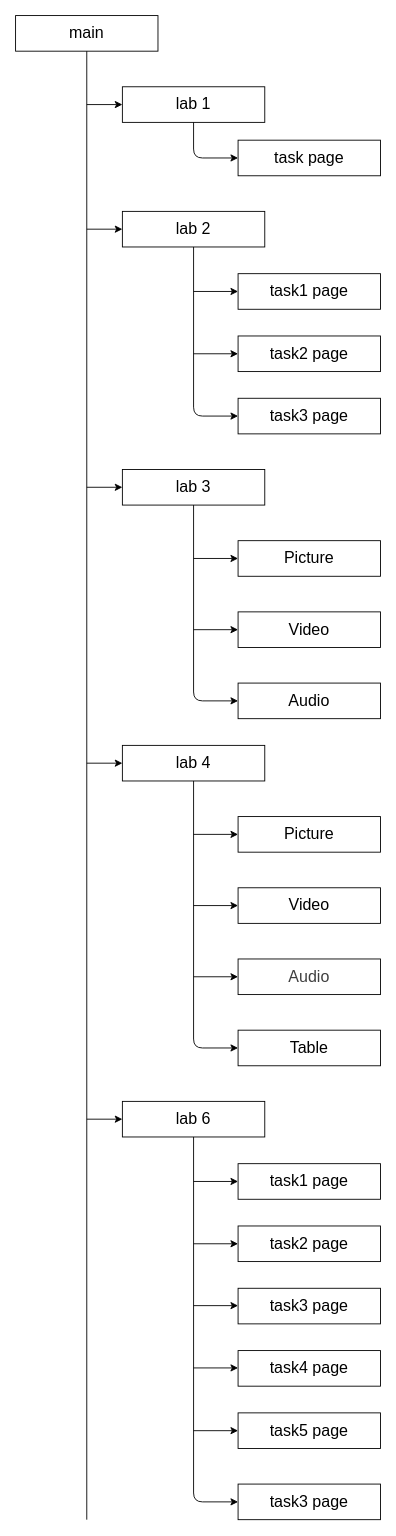
This is page "first-task" (1 of 2) of lab9/schema.drawio from TempnameIRN199/web-onu, a draw.io file, before an edit. Source tidied: cells renumbered, new cells numbered last; positions are measured from the earlier drawing's top-left corner, leaving out a move shared by most shapes. Both pictures are drawn from the tidied source at 89%, with x=0, y=0 at pixel (15, 15).
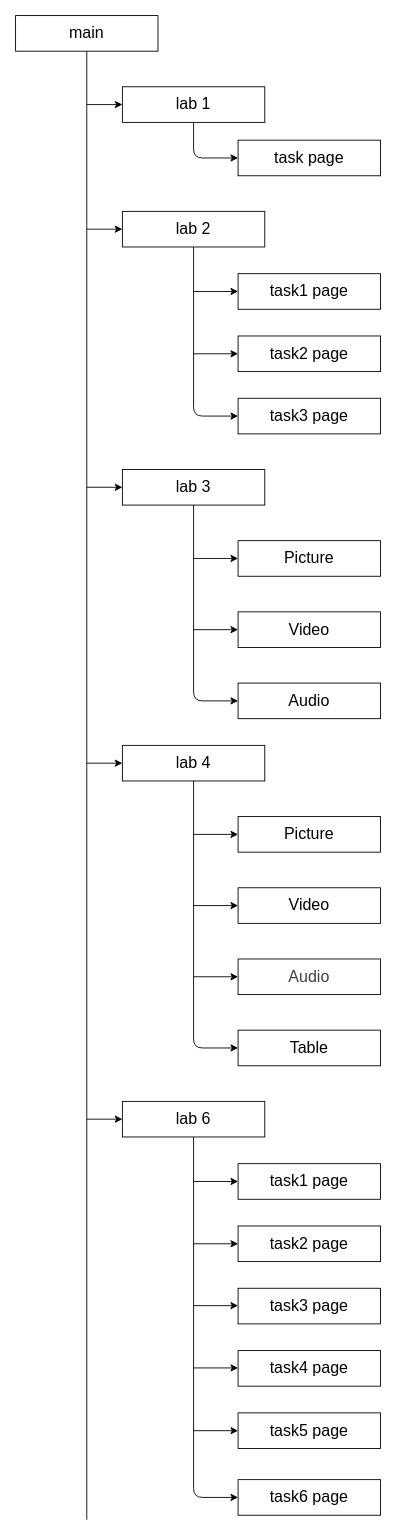
Above is the later version.

The change refers to these unchanged cells:
```xml
<mxCell id="34" value="&lt;font style=&quot;font-size: 18px;&quot;&gt;lab 6&lt;/font&gt;" style="rounded=0;whiteSpace=wrap;html=1;" parent="1" vertex="1">
  <mxGeometry x="120" y="1220" width="160" height="40" as="geometry" />
</mxCell>
```

What changed in the source:
```diff
@@
     <mxCell id="36" style="endArrow=classic;html=1;exitX=0.5;exitY=1;exitDx=0;exitDy=0;entryX=0;entryY=0.5;entryDx=0;entryDy=0;" parent="1" edge="1" source="34" target="40">
       <mxGeometry relative="1" as="geometry">
         <Array as="points">
-          <mxPoint x="200" y="1670" />
+          <mxPoint x="200" y="1665" />
         </Array>
       </mxGeometry>
     </mxCell>
@@
-    <mxCell id="40" value="&lt;font style=&quot;font-size: 18px;&quot;&gt;task3 page&lt;/font&gt;" style="rounded=0;whiteSpace=wrap;html=1;" parent="1" vertex="1">
-      <mxGeometry x="250" y="1650" width="160" height="40" as="geometry" />
+    <mxCell id="40" value="&lt;font style=&quot;font-size: 18px;&quot;&gt;task6 page&lt;/font&gt;" style="rounded=0;whiteSpace=wrap;html=1;" parent="1" vertex="1">
+      <mxGeometry x="250" y="1645" width="160" height="40" as="geometry" />
     </mxCell>
```
